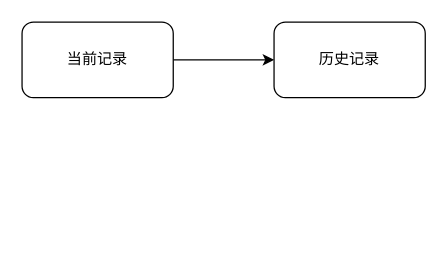
The draw.io diagram 学习记录.drawio in little-bee-zz/draw, before the edit. Source tidied: cells renumbered, new cells numbered last; positions are measured from the earlier drawing's top-left corner, leaving out a move shared by most shapes. Both pictures are drawn from the tidied source at 126%, with x=0, y=0 at pixel (21, 21).
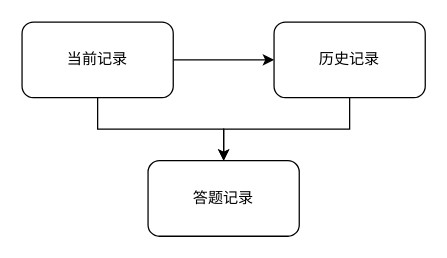
After the change.

Commit message (it also covers changes not shown here):
更新学习记录.drawio

The edit, as a diff of the source:
```diff
@@
 <mxGraphModel>
   <root>
     <mxCell id="0" />
     <mxCell id="1" parent="0" />
     <mxCell id="2" style="edgeStyle=orthogonalEdgeStyle;rounded=0;jettySize=auto;html=1;" parent="1" edge="1" source="3" target="4">
       <mxGeometry relative="1" as="geometry" />
     </mxCell>
+    <mxCell id="5" style="edgeStyle=orthogonalEdgeStyle;rounded=0;jettySize=auto;html=1;" parent="1" edge="1" source="3" target="7">
+      <mxGeometry relative="1" as="geometry" />
+    </mxCell>
     <mxCell id="3" value="当前记录" style="rounded=1;whiteSpace=wrap;html=1;" parent="1" vertex="1">
       <mxGeometry width="120" height="60" as="geometry" />
     </mxCell>
+    <mxCell id="6" style="edgeStyle=orthogonalEdgeStyle;rounded=0;jettySize=auto;html=1;entryX=0.5;entryY=0;entryDx=0;entryDy=0;" parent="1" edge="1" source="4" target="7">
+      <mxGeometry relative="1" as="geometry" />
+    </mxCell>
     <mxCell id="4" value="历史记录" style="rounded=1;whiteSpace=wrap;html=1;" parent="1" vertex="1">
       <mxGeometry x="200" width="120" height="60" as="geometry" />
     </mxCell>
+    <mxCell id="7" value="答题记录" style="rounded=1;whiteSpace=wrap;html=1;" parent="1" vertex="1">
+      <mxGeometry x="100" y="110" width="120" height="60" as="geometry" />
+    </mxCell>
   </root>
 </mxGraphModel>
```
